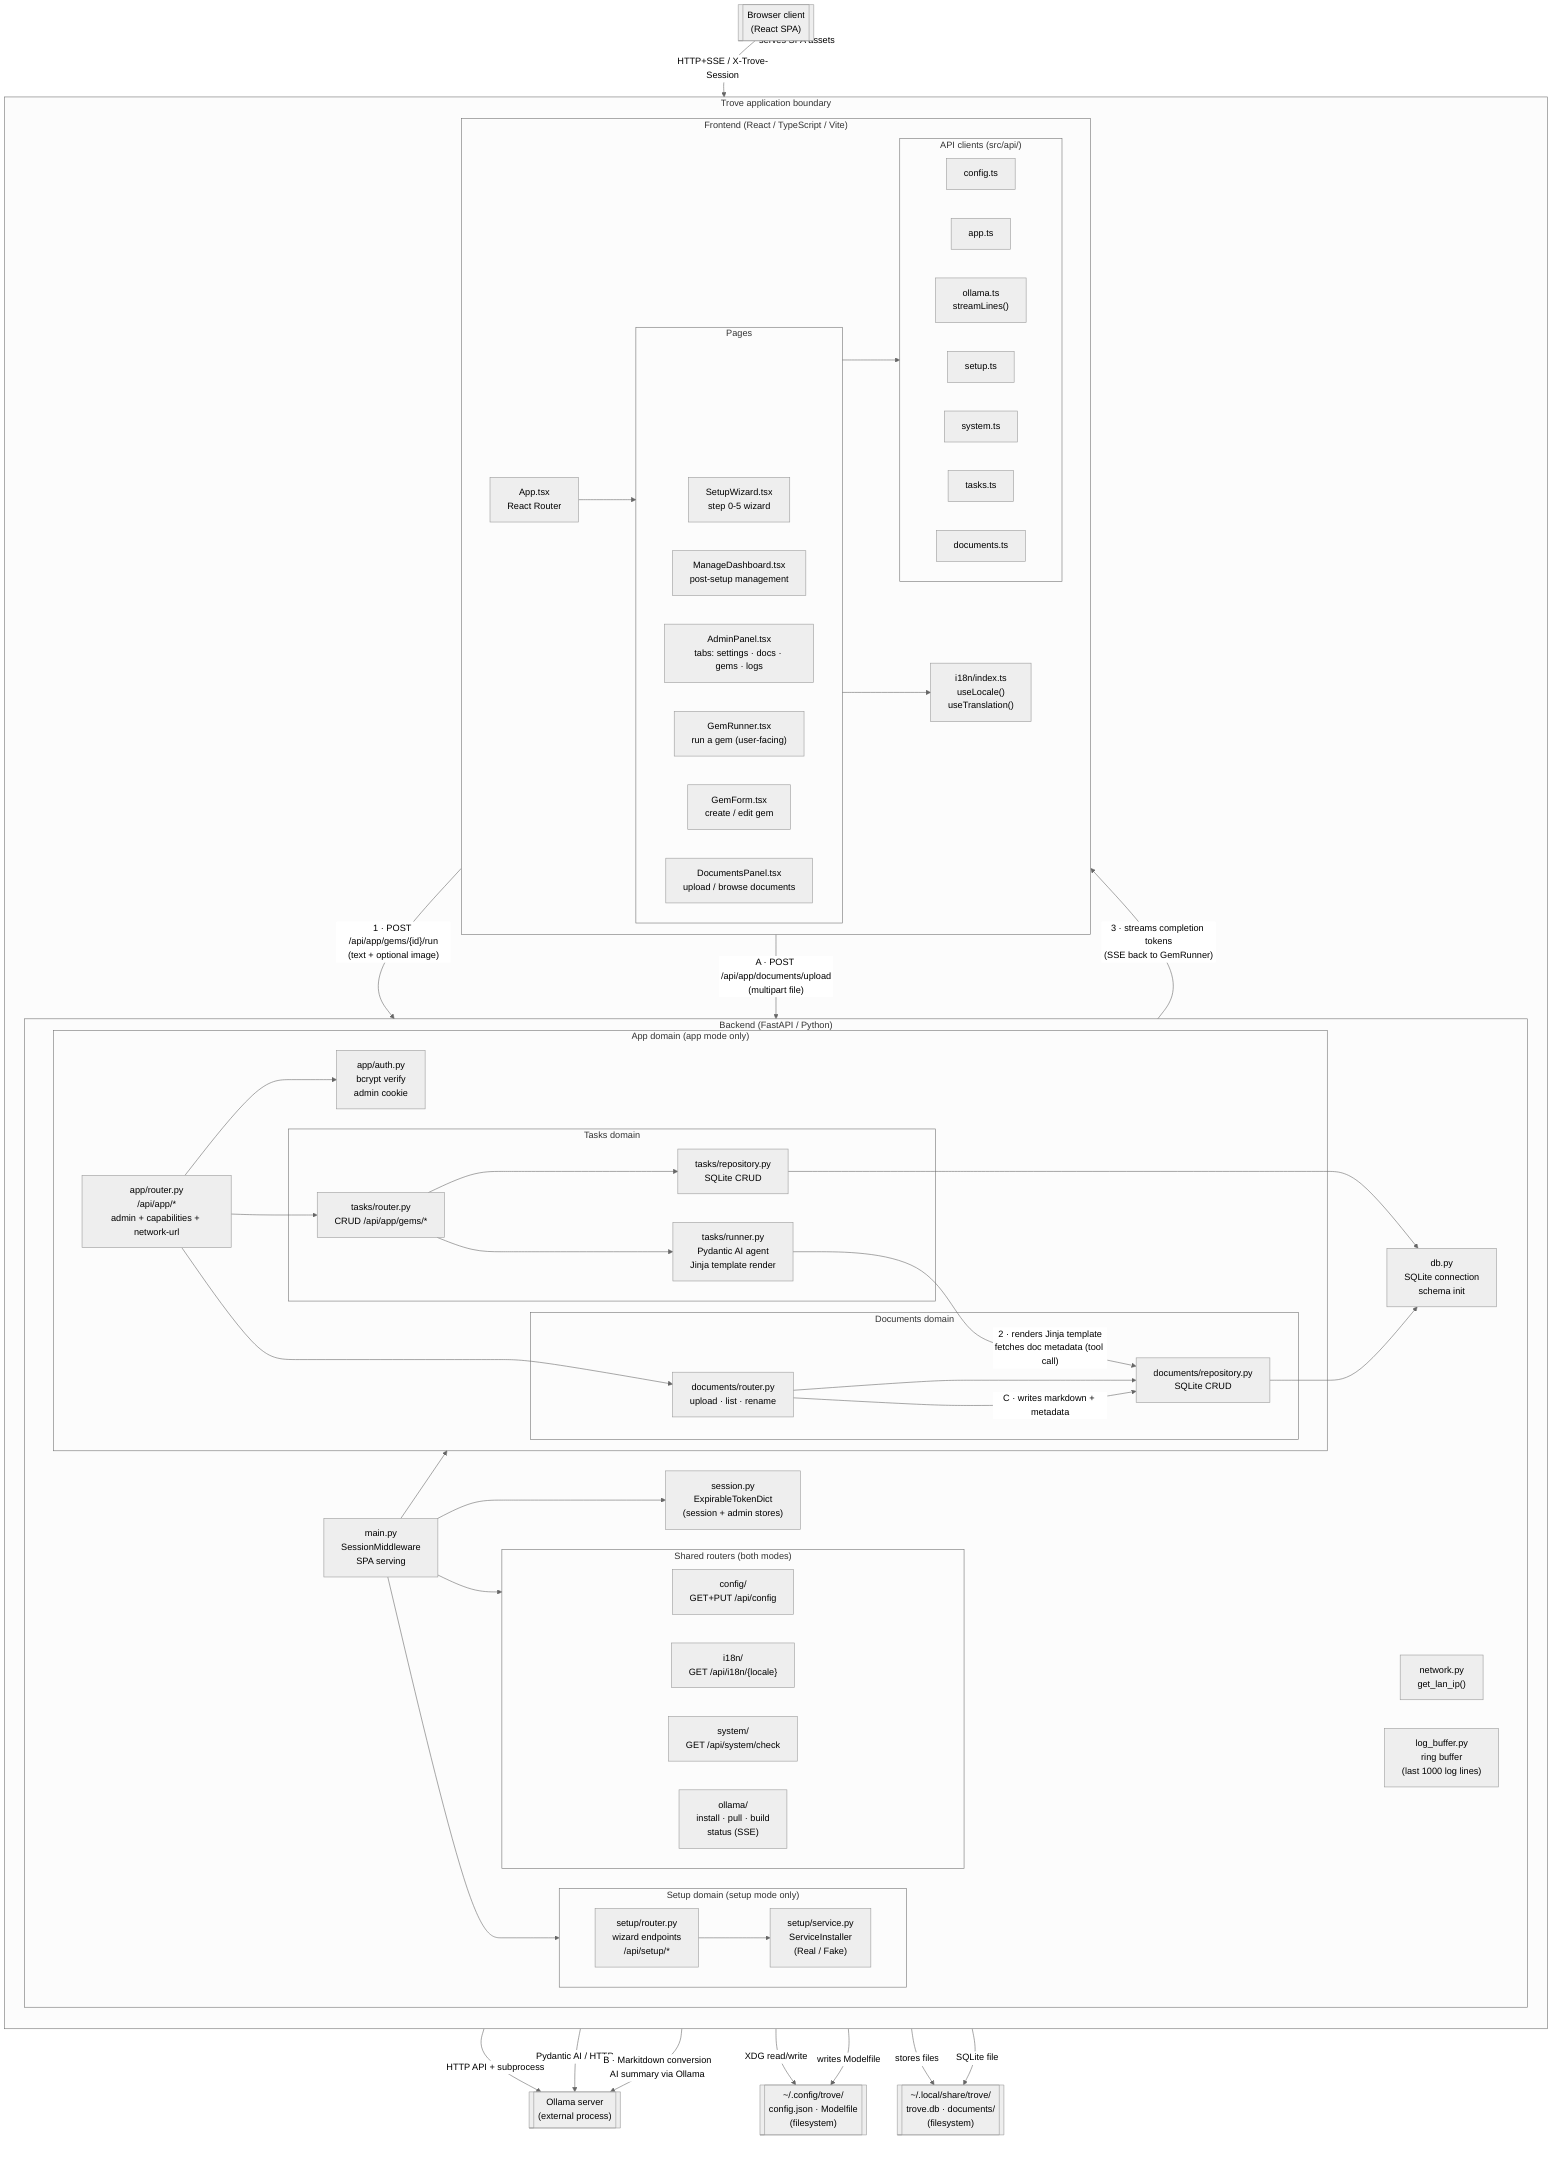
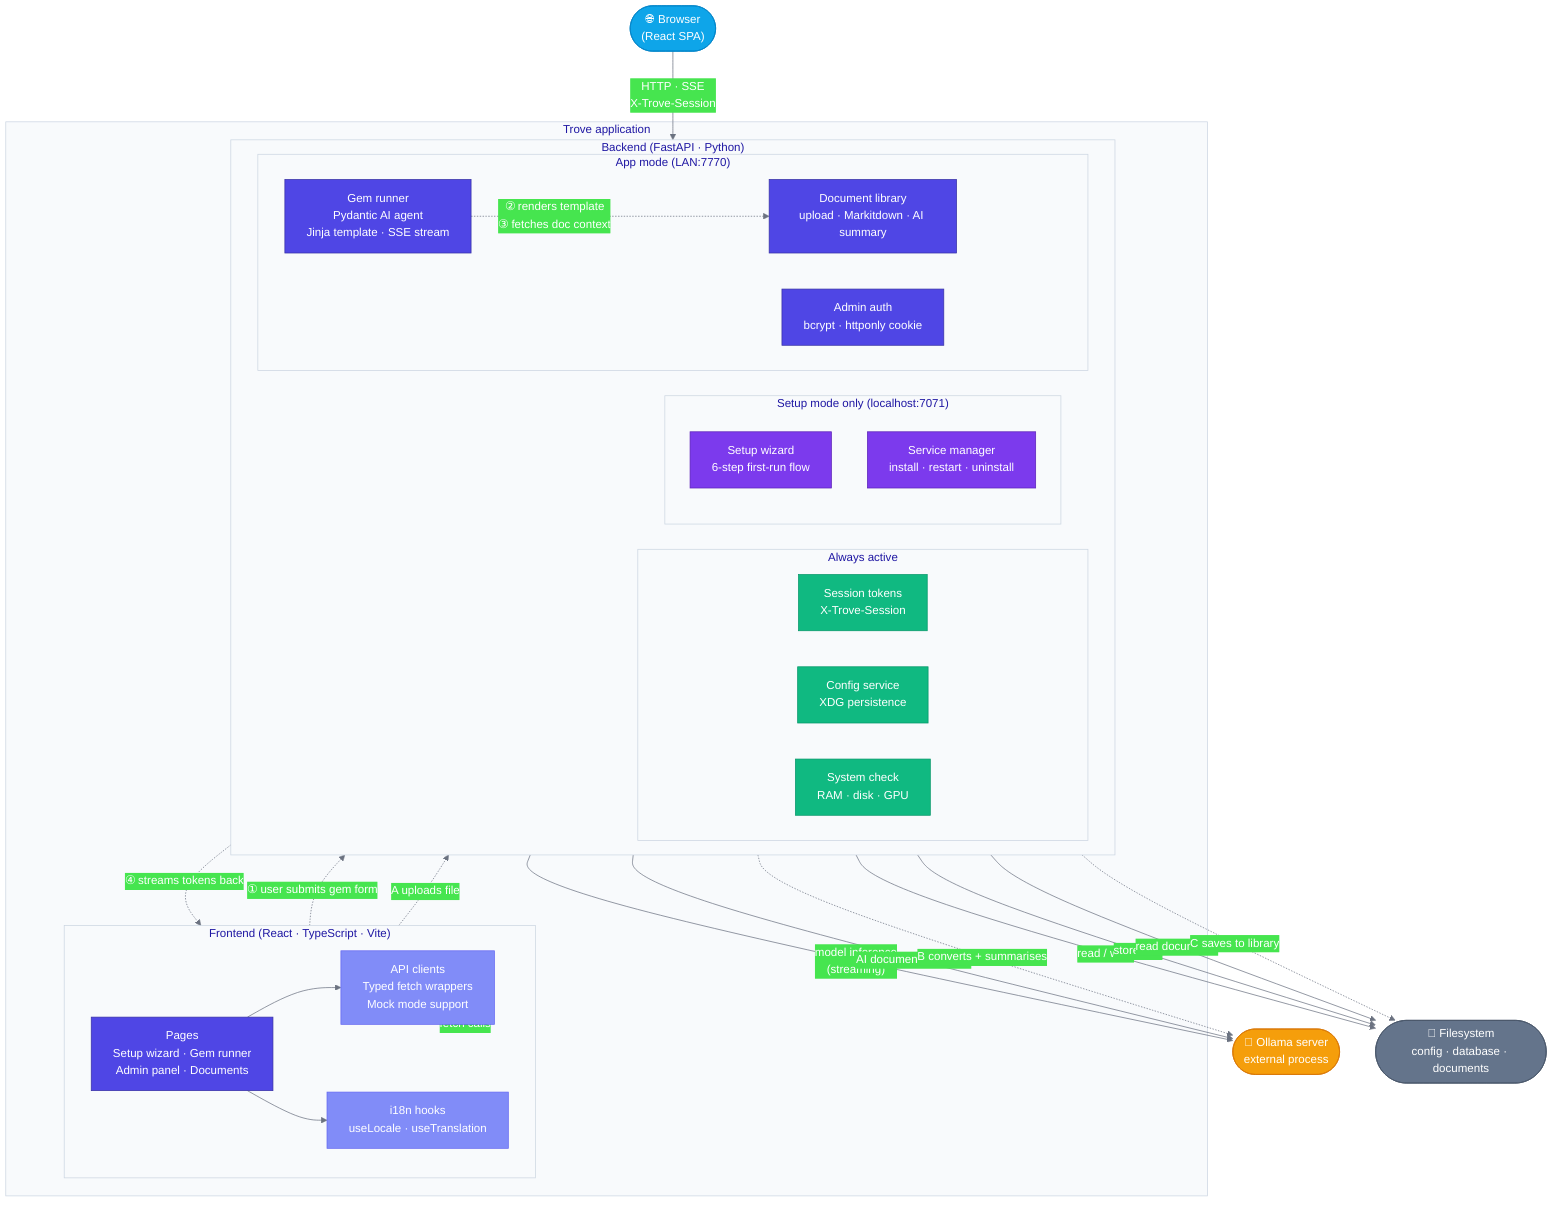
- %%{init: {"theme": "neutral"}}%%
+ %%{init: {"theme": "base", "themeVariables": {
+   "primaryColor": "#4f46e5",
+   "primaryTextColor": "#ffffff",
+   "primaryBorderColor": "#3730a3",
+   "lineColor": "#6b7280",
+   "clusterBkg": "#f8fafc",
+   "clusterBorder": "#cbd5e1"
+ }}}%%
graph TB
-     %% ── External components (outside application boundary) ────────────────
-     ollama_proc[["Ollama server\n(external process)"]]
-     fs_config[["~/.config/trove/\nconfig.json · Modelfile\n(filesystem)"]]
-     fs_data[["~/.local/share/trove/\ntrove.db · documents/\n(filesystem)"]]
-     browser[["Browser client\n(React SPA)"]]
+     %% ── Outside the application ───────────────────────────────────────────
+     browser(["🌐 Browser\n(React SPA)"])
+     ollama(["🤖 Ollama server\nexternal process"])
+     storage(["💾 Filesystem\nconfig · database · documents"])
+     style browser fill:#0ea5e9,color:#fff,stroke:#0284c7
+     style ollama fill:#f59e0b,color:#fff,stroke:#d97706
+     style storage fill:#64748b,color:#fff,stroke:#475569

    %% ── Application boundary ──────────────────────────────────────────────
-     subgraph app["Trove application boundary"]
-         direction TB
+     subgraph app["Trove application"]

-         subgraph backend["Backend (FastAPI / Python)"]
+         subgraph frontend["Frontend  (React · TypeScript · Vite)"]
            direction LR
-             main["main.py\nSessionMiddleware\nSPA serving"]
-             session["session.py\nExpirableTokenDict\n(session + admin stores)"]
+             pages["Pages\nSetup wizard · Gem runner\nAdmin panel · Documents"]
+             api_layer["API clients\nTyped fetch wrappers\nMock mode support"]
+             i18n["i18n hooks\nuseLocale · useTranslation"]
+             style pages fill:#4f46e5,color:#fff,stroke:#3730a3
+             style api_layer fill:#818cf8,color:#fff,stroke:#6366f1
+             style i18n fill:#818cf8,color:#fff,stroke:#6366f1
+         end

-             subgraph shared_routers["Shared routers (both modes)"]
-                 config_r["config/\nGET+PUT /api/config"]
-                 i18n_r["i18n/\nGET /api/i18n/{locale}"]
-                 system_r["system/\nGET /api/system/check"]
-                 ollama_r["ollama/\ninstall · pull · build\nstatus (SSE)"]
+         subgraph backend["Backend  (FastAPI · Python)"]
+             direction LR
+ 
+             subgraph shared["Always active"]
+                 session["Session tokens\nX-Trove-Session"]
+                 config_svc["Config service\nXDG persistence"]
+                 system_svc["System check\nRAM · disk · GPU"]
+                 style session fill:#10b981,color:#fff,stroke:#059669
+                 style config_svc fill:#10b981,color:#fff,stroke:#059669
+                 style system_svc fill:#10b981,color:#fff,stroke:#059669
            end

-             subgraph setup_domain["Setup domain (setup mode only)"]
-                 setup_r["setup/router.py\nwizard endpoints\n/api/setup/*"]
-                 setup_svc["setup/service.py\nServiceInstaller\n(Real / Fake)"]
-                 setup_r --> setup_svc
+             subgraph setup_mode["Setup mode only  (localhost:7071)"]
+                 setup_wizard["Setup wizard\n6-step first-run flow"]
+                 service_mgr["Service manager\ninstall · restart · uninstall"]
+                 style setup_wizard fill:#7c3aed,color:#fff,stroke:#5b21b6
+                 style service_mgr fill:#7c3aed,color:#fff,stroke:#5b21b6
            end

-             subgraph app_domain["App domain (app mode only)"]
-                 app_r["app/router.py\n/api/app/*\nadmin + capabilities + network-url"]
-                 app_auth["app/auth.py\nbcrypt verify\nadmin cookie"]
-                 app_r --> app_auth
- 
-                 subgraph tasks_domain["Tasks domain"]
-                     tasks_r["tasks/router.py\nCRUD /api/app/gems/*"]
-                     tasks_repo["tasks/repository.py\nSQLite CRUD"]
-                     task_runner["tasks/runner.py\nPydantic AI agent\nJinja template render"]
-                     tasks_r --> tasks_repo
-                     tasks_r --> task_runner
-                 end
- 
-                 subgraph docs_domain["Documents domain"]
-                     docs_r["documents/router.py\nupload · list · rename"]
-                     docs_repo["documents/repository.py\nSQLite CRUD"]
-                     docs_r --> docs_repo
-                 end
- 
-                 app_r --> tasks_r
-                 app_r --> docs_r
+             subgraph app_mode["App mode  (LAN:7770)"]
+                 gem_runner["Gem runner\nPydantic AI agent\nJinja template · SSE stream"]
+                 doc_library["Document library\nupload · Markitdown · AI summary"]
+                 admin_auth["Admin auth\nbcrypt · httponly cookie"]
+                 style gem_runner fill:#4f46e5,color:#fff,stroke:#3730a3
+                 style doc_library fill:#4f46e5,color:#fff,stroke:#3730a3
+                 style admin_auth fill:#4f46e5,color:#fff,stroke:#3730a3
            end
- 
-             network["network.py\nget_lan_ip()"]
-             db["db.py\nSQLite connection\nschema init"]
-             log_buf["log_buffer.py\nring buffer\n(last 1000 log lines)"]
- 
-             main --> session
-             main --> shared_routers
-             main --> setup_domain
-             main --> app_domain
-             tasks_repo --> db
-             docs_repo --> db
-         end
- 
-         subgraph frontend["Frontend (React / TypeScript / Vite)"]
-             direction LR
-             router_fe["App.tsx\nReact Router"]
- 
-             subgraph pages["Pages"]
-                 setup_wiz["SetupWizard.tsx\nstep 0-5 wizard"]
-                 manage["ManageDashboard.tsx\npost-setup management"]
-                 admin["AdminPanel.tsx\ntabs: settings · docs · gems · logs"]
-                 gem_runner["GemRunner.tsx\nrun a gem (user-facing)"]
-                 gem_form["GemForm.tsx\ncreate / edit gem"]
-                 docs_panel["DocumentsPanel.tsx\nupload / browse documents"]
-             end
- 
-             subgraph api_clients["API clients (src/api/)"]
-                 api_config["config.ts"]
-                 api_app["app.ts"]
-                 api_ollama["ollama.ts\nstreamLines()"]
-                 api_setup["setup.ts"]
-                 api_system["system.ts"]
-                 api_tasks["tasks.ts"]
-                 api_docs["documents.ts"]
-             end
- 
-             i18n_hook["i18n/index.ts\nuseLocale()\nuseTranslation()"]
- 
-             router_fe --> pages
-             pages --> api_clients
-             pages --> i18n_hook
        end
    end

-     %% ── Cross-boundary connections ────────────────────────────────────────
-     browser -- "HTTP+SSE / X-Trove-Session" --> main
-     browser -- "serves SPA assets" --> frontend
-     ollama_r -- "HTTP API + subprocess" --> ollama_proc
-     task_runner -- "Pydantic AI / HTTP" --> ollama_proc
-     config_r -- "XDG read/write" --> fs_config
-     ollama_r -- "writes Modelfile" --> fs_config
-     docs_repo -- "stores files" --> fs_data
-     db -- "SQLite file" --> fs_data
+     %% ── Connections ───────────────────────────────────────────────────────
+     browser -- "HTTP · SSE\nX-Trove-Session" --> backend
+     frontend -- "fetch calls" --> api_layer
+     pages --> api_layer
+     pages --> i18n

-     %% ── Gem run flow (A → B labelled edges) ──────────────────────────────
-     gem_runner -- "1 · POST /api/app/gems/{id}/run\n(text + optional image)" --> tasks_r
-     task_runner -- "2 · renders Jinja template\nfetches doc metadata (tool call)" --> docs_repo
-     task_runner -- "3 · streams completion tokens\n(SSE back to GemRunner)" --> gem_runner
+     gem_runner -- "model inference\n(streaming)" --> ollama
+     doc_library -- "AI document summary" --> ollama
+     config_svc -- "read / write" --> storage
+     doc_library -- "store files" --> storage
+     gem_runner -- "read documents" --> storage
+ 
+     %% ── Gem run flow ──────────────────────────────────────────────────────
+     pages -. "① user submits gem form" .-> gem_runner
+     gem_runner -. "② renders template\n③ fetches doc context" .-> doc_library
+     gem_runner -. "④ streams tokens back" .-> pages

    %% ── Document upload flow ──────────────────────────────────────────────
-     docs_panel -- "A · POST /api/app/documents/upload\n(multipart file)" --> docs_r
-     docs_r -- "B · Markitdown conversion\nAI summary via Ollama" --> ollama_proc
-     docs_r -- "C · writes markdown + metadata" --> docs_repo
+     pages -. "A uploads file" .-> doc_library
+     doc_library -. "B converts + summarises" .-> ollama
+     doc_library -. "C saves to library" .-> storage
